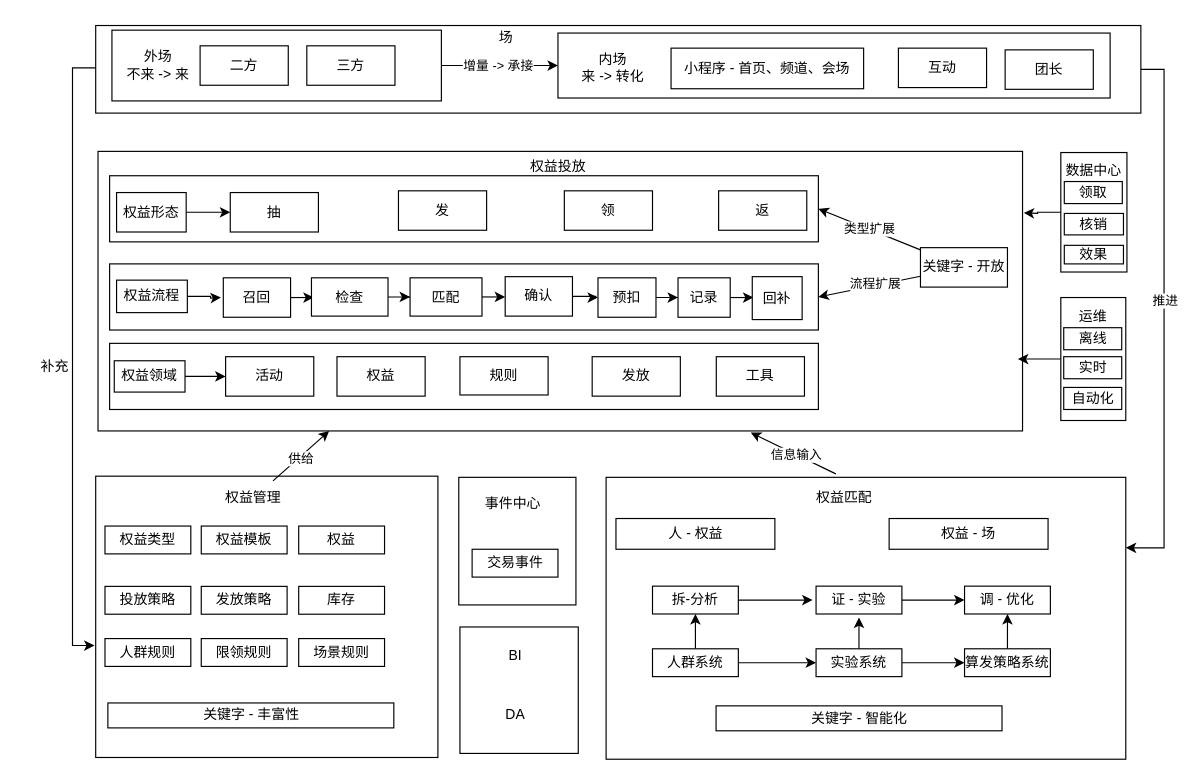
Earlier version of the draw.io diagram study.drawio (xzl1428288773/xiaoshuai). Source tidied: cells renumbered, new cells numbered last; positions are measured from the earlier drawing's top-left corner, leaving out a move shared by most shapes. Both pictures are drawn from the tidied source at 116%, with x=0, y=0 at pixel (20, 20).
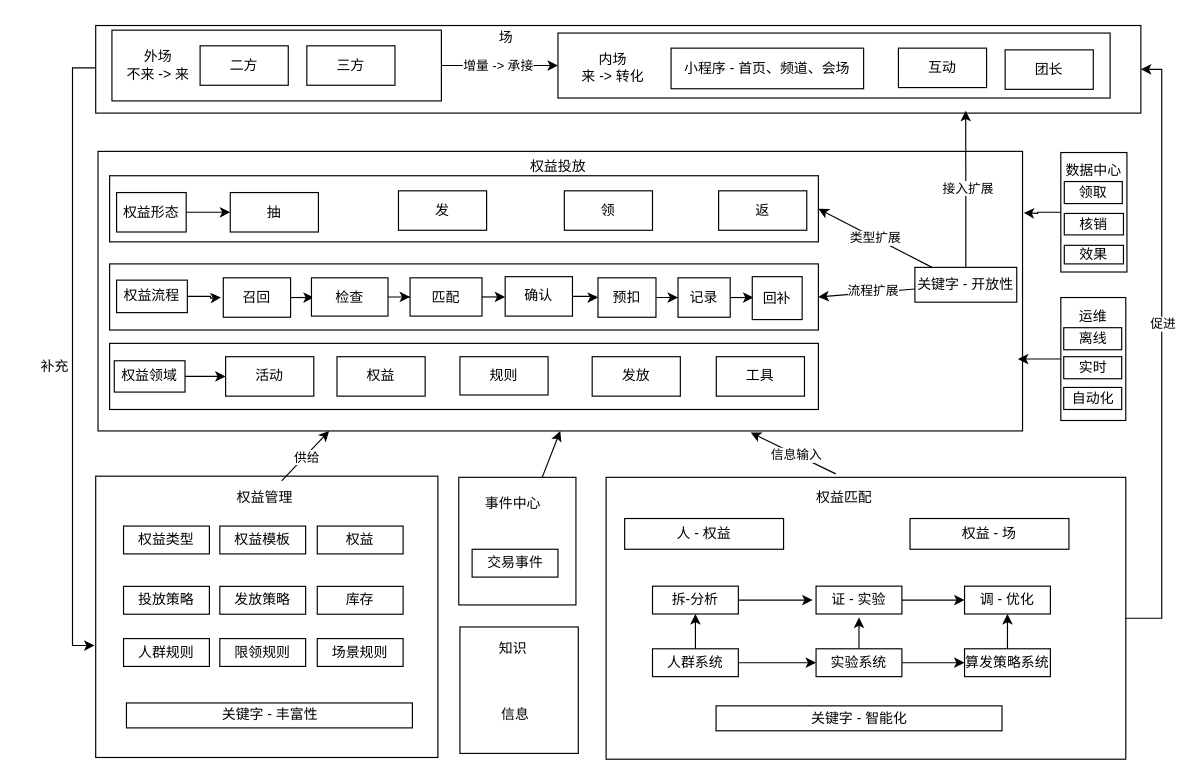
Above is the later version.

The change refers to these unchanged cells:
```xml
<mxCell id="2" value="权益投放&amp;nbsp;&lt;br&gt;&lt;br&gt;&lt;br&gt;&lt;br&gt;&lt;br&gt;&lt;br&gt;&lt;br&gt;&lt;br&gt;&lt;br&gt;&lt;br&gt;&lt;br&gt;&lt;br&gt;&lt;br&gt;&lt;br&gt;&lt;br&gt;&lt;br&gt;" style="rounded=0;whiteSpace=wrap;html=1;" parent="1" vertex="1">
  <mxGeometry x="67" y="113" width="797" height="241" as="geometry" />
</mxCell>
<mxCell id="6" style="rounded=0;whiteSpace=wrap;html=1;" parent="1" vertex="1">
  <mxGeometry x="65" y="4.5" width="901" height="75.5" as="geometry" />
</mxCell>
<mxCell id="69" style="rounded=0;whiteSpace=wrap;html=1;" parent="1" vertex="1">
  <mxGeometry x="505" y="394" width="448" height="243" as="geometry" />
</mxCell>
<mxCell id="84" style="rounded=0;whiteSpace=wrap;html=1;" parent="1" vertex="1">
  <mxGeometry x="378" y="394" width="101" height="110" as="geometry" />
</mxCell>
```

What changed in the source:
```diff
@@
-    <mxCell id="4" style="edgeStyle=orthogonalEdgeStyle;rounded=0;jettySize=auto;html=1;entryX=1;entryY=0.25;entryDx=0;entryDy=0;exitX=1;exitY=0.5;exitDx=0;exitDy=0;" parent="1" edge="1" source="6" target="69">
-      <mxGeometry relative="1" as="geometry" />
-    </mxCell>
-    <mxCell id="5" value="推进" style="edgeLabel;html=1;align=center;verticalAlign=middle;" parent="4" vertex="1">
-      <mxGeometry x="-0.06" relative="1" as="geometry" />
-    </mxCell>
@@
+    <mxCell id="107" style="edgeStyle=orthogonalEdgeStyle;rounded=0;jettySize=auto;html=1;" parent="1" edge="1" source="21">
+      <mxGeometry relative="1" as="geometry">
+        <mxPoint x="815" y="78" as="targetPoint" />
+      </mxGeometry>
+    </mxCell>
+    <mxCell id="108" value="接入扩展" style="edgeLabel;html=1;align=center;verticalAlign=middle;" parent="107" vertex="1">
+      <mxGeometry y="-1" relative="1" as="geometry">
+        <mxPoint y="-1" as="offset" />
+      </mxGeometry>
+    </mxCell>
-    <mxCell id="21" value="关键字 - 开放" style="rounded=0;whiteSpace=wrap;html=1;" parent="1" vertex="1">
-      <mxGeometry x="776" y="196" width="75" height="34" as="geometry" />
+    <mxCell id="21" value="关键字 - 开放性" style="rounded=0;whiteSpace=wrap;html=1;" parent="1" vertex="1">
+      <mxGeometry x="771.2" y="213" width="87.8" height="30" as="geometry" />
     </mxCell>
@@
+    <mxCell id="109" style="edgeStyle=orthogonalEdgeStyle;rounded=0;jettySize=auto;html=1;entryX=1;entryY=0.5;entryDx=0;entryDy=0;exitX=1;exitY=0.5;exitDx=0;exitDy=0;" parent="1" edge="1" source="69" target="6">
+      <mxGeometry relative="1" as="geometry">
+        <Array as="points">
+          <mxPoint x="984" y="516" />
+          <mxPoint x="984" y="42" />
+        </Array>
+      </mxGeometry>
+    </mxCell>
+    <mxCell id="110" value="促进" style="edgeLabel;html=1;align=center;verticalAlign=middle;" parent="109" vertex="1">
+      <mxGeometry x="0.09" relative="1" as="geometry" />
+    </mxCell>
@@
     <mxCell id="71" value="权益类型" style="rounded=0;whiteSpace=wrap;html=1;" parent="1" vertex="1">
-      <mxGeometry x="73" y="436" width="74" height="24" as="geometry" />
+      <mxGeometry x="89" y="436" width="74" height="24" as="geometry" />
     </mxCell>
     <mxCell id="72" value="权益模板" style="rounded=0;whiteSpace=wrap;html=1;" parent="1" vertex="1">
-      <mxGeometry x="156" y="436" width="74" height="24" as="geometry" />
+      <mxGeometry x="172" y="436" width="74" height="24" as="geometry" />
     </mxCell>
     <mxCell id="73" value="权益" style="rounded=0;whiteSpace=wrap;html=1;" parent="1" vertex="1">
-      <mxGeometry x="240" y="436" width="74" height="24" as="geometry" />
+      <mxGeometry x="256" y="436" width="74" height="24" as="geometry" />
     </mxCell>
     <mxCell id="74" value="投放策略" style="rounded=0;whiteSpace=wrap;html=1;" parent="1" vertex="1">
-      <mxGeometry x="73" y="488" width="74" height="24" as="geometry" />
+      <mxGeometry x="89" y="488" width="74" height="24" as="geometry" />
     </mxCell>
     <mxCell id="75" value="发放策略" style="rounded=0;whiteSpace=wrap;html=1;" parent="1" vertex="1">
-      <mxGeometry x="156" y="488" width="74" height="24" as="geometry" />
+      <mxGeometry x="172" y="488" width="74" height="24" as="geometry" />
     </mxCell>
     <mxCell id="76" value="库存" style="rounded=0;whiteSpace=wrap;html=1;" parent="1" vertex="1">
-      <mxGeometry x="240" y="488" width="74" height="24" as="geometry" />
+      <mxGeometry x="256" y="488" width="74" height="24" as="geometry" />
     </mxCell>
     <mxCell id="77" value="人群规则" style="rounded=0;whiteSpace=wrap;html=1;" parent="1" vertex="1">
-      <mxGeometry x="73" y="533" width="74" height="24" as="geometry" />
+      <mxGeometry x="89" y="533" width="74" height="24" as="geometry" />
     </mxCell>
     <mxCell id="78" value="限领规则" style="rounded=0;whiteSpace=wrap;html=1;" parent="1" vertex="1">
-      <mxGeometry x="156" y="533" width="74" height="24" as="geometry" />
+      <mxGeometry x="172" y="533" width="74" height="24" as="geometry" />
     </mxCell>
     <mxCell id="79" value="场景规则" style="rounded=0;whiteSpace=wrap;html=1;" parent="1" vertex="1">
-      <mxGeometry x="240" y="533" width="74" height="24" as="geometry" />
+      <mxGeometry x="256" y="533" width="74" height="24" as="geometry" />
     </mxCell>
@@
     <mxCell id="82" value="权益管理" style="text;html=1;strokeColor=none;fillColor=none;align=center;verticalAlign=middle;whiteSpace=wrap;rounded=0;" parent="1" vertex="1">
-      <mxGeometry x="171" y="397" width="60" height="30" as="geometry" />
+      <mxGeometry x="181" y="397" width="60" height="30" as="geometry" />
     </mxCell>
     <mxCell id="83" value="关键字 - 丰富性" style="rounded=0;whiteSpace=wrap;html=1;" parent="1" vertex="1">
-      <mxGeometry x="75.5" y="588.5" width="246.5" height="21.5" as="geometry" />
+      <mxGeometry x="91.5" y="588.5" width="246.5" height="21.5" as="geometry" />
     </mxCell>
+    <mxCell id="111" style="rounded=0;jettySize=auto;html=1;entryX=0.5;entryY=1;entryDx=0;entryDy=0;" parent="1" edge="1" source="84" target="2">
+      <mxGeometry relative="1" as="geometry" />
+    </mxCell>
@@
-    <mxCell id="88" value="BI" style="text;html=1;strokeColor=none;fillColor=none;align=center;verticalAlign=middle;whiteSpace=wrap;rounded=0;" parent="1" vertex="1">
-      <mxGeometry x="396.5" y="533" width="60" height="30" as="geometry" />
+    <mxCell id="88" value="知识" style="text;html=1;strokeColor=none;fillColor=none;align=center;verticalAlign=middle;whiteSpace=wrap;rounded=0;" parent="1" vertex="1">
+      <mxGeometry x="395" y="527" width="60" height="30" as="geometry" />
     </mxCell>
-    <mxCell id="89" value="DA" style="text;html=1;strokeColor=none;fillColor=none;align=center;verticalAlign=middle;whiteSpace=wrap;rounded=0;" parent="1" vertex="1">
+    <mxCell id="89" value="信息" style="text;html=1;strokeColor=none;fillColor=none;align=center;verticalAlign=middle;whiteSpace=wrap;rounded=0;" parent="1" vertex="1">
       <mxGeometry x="396.5" y="584.2" width="60" height="30" as="geometry" />
     </mxCell>
     <mxCell id="90" value="人 - 权益" style="rounded=0;whiteSpace=wrap;html=1;" parent="1" vertex="1">
-      <mxGeometry x="513.5" y="429.5" width="137" height="26.5" as="geometry" />
+      <mxGeometry x="521" y="429.5" width="137" height="26.5" as="geometry" />
     </mxCell>
@@
     <mxCell id="106" value="权益 - 场" style="rounded=0;whiteSpace=wrap;html=1;" parent="1" vertex="1">
-      <mxGeometry x="749" y="429.5" width="137" height="26.5" as="geometry" />
+      <mxGeometry x="767" y="429.5" width="137" height="26.5" as="geometry" />
     </mxCell>
```
